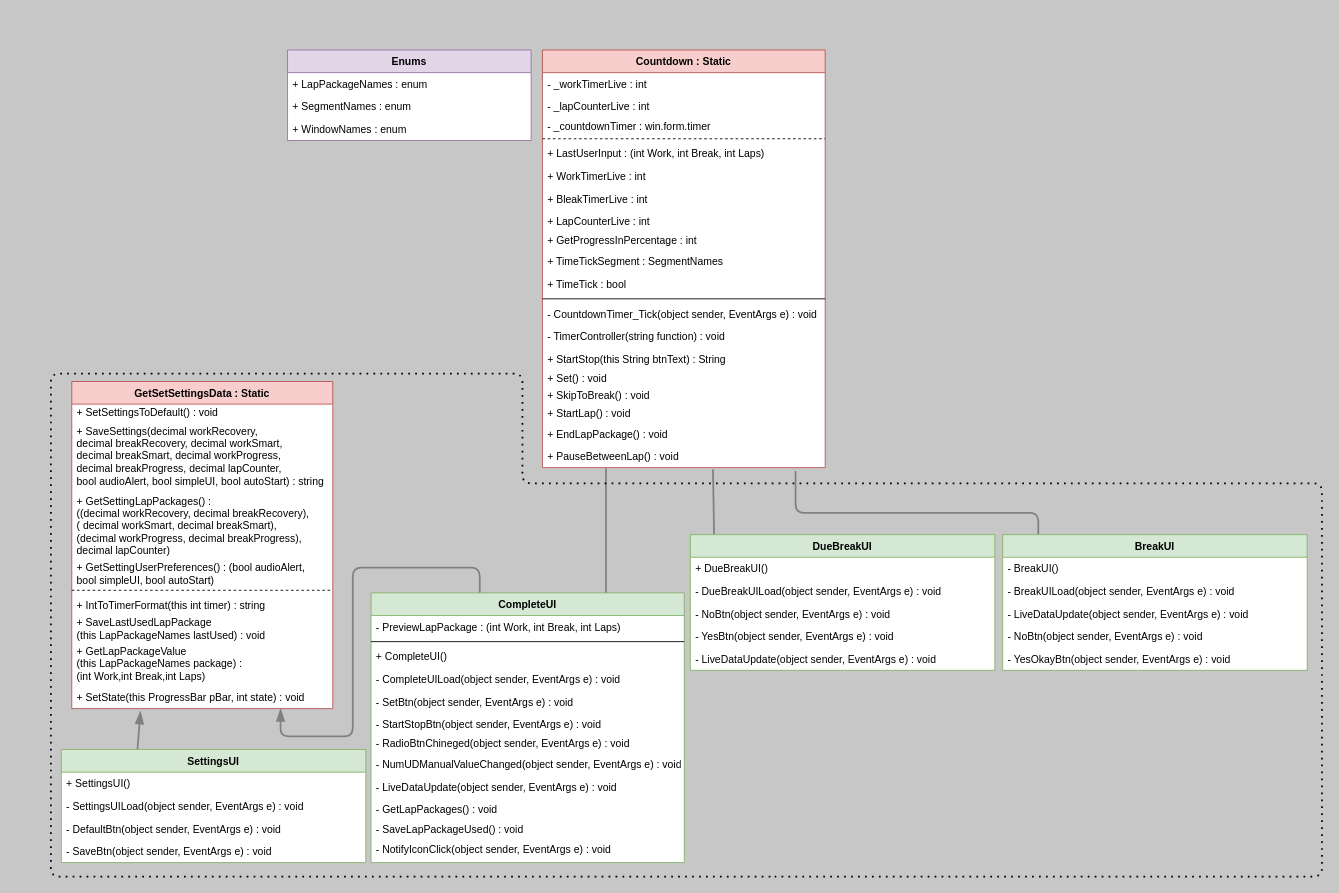
Above: Worker Ant class diagram.drawio in Saman-K/WorkerAntX (draw.io), before the change. Source tidied: cells renumbered, new cells numbered last; positions are measured from the earlier drawing's top-left corner, leaving out a move shared by most shapes. Both pictures are drawn from the tidied source at 87%, with x=0, y=0 at pixel (50, 50).
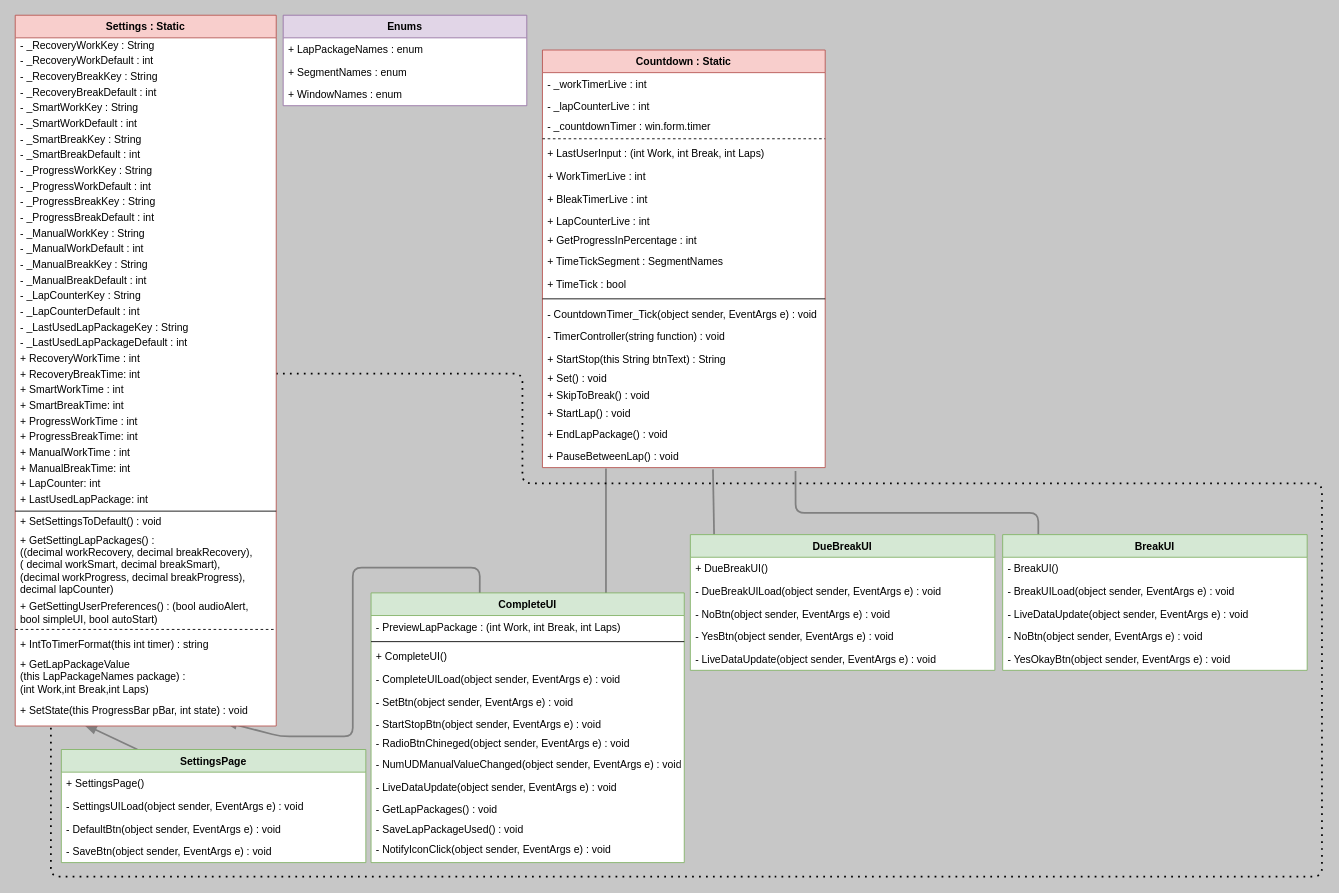
Above is the later version.

Change to the diagram source:
```diff
@@
+    <mxCell id="59" value="Settings : Static" style="swimlane;fontStyle=1;align=center;verticalAlign=top;horizontal=1;startSize=26;rounded=0;shadow=0;strokeWidth=1;fillColor=#f8cecc;strokeColor=#b85450;swimlaneFillColor=#ffffff;" parent="1" vertex="1">
+      <mxGeometry x="-41" y="-40" width="300" height="817" as="geometry" />
+    </mxCell>
+    <mxCell id="73" value="- _RecoveryWorkKey : String" style="text;html=1;align=left;verticalAlign=middle;spacingLeft=4;" parent="59" vertex="1">
+      <mxGeometry y="26" width="300" height="18" as="geometry" />
+    </mxCell>
+    <mxCell id="74" value="- _RecoveryWorkDefault : int" style="text;html=1;align=left;verticalAlign=middle;spacingLeft=4;" parent="59" vertex="1">
+      <mxGeometry y="44" width="300" height="18" as="geometry" />
+    </mxCell>
+    <mxCell id="75" value="- _RecoveryBreakKey : String" style="text;html=1;align=left;verticalAlign=middle;spacingLeft=4;" parent="59" vertex="1">
+      <mxGeometry y="62" width="300" height="18" as="geometry" />
+    </mxCell>
+    <mxCell id="76" value="- _RecoveryBreakDefault : int" style="text;html=1;align=left;verticalAlign=middle;spacingLeft=4;" parent="59" vertex="1">
+      <mxGeometry y="80" width="300" height="18" as="geometry" />
+    </mxCell>
+    <mxCell id="77" value="- _SmartWorkKey : String" style="text;html=1;align=left;verticalAlign=middle;spacingLeft=4;" parent="59" vertex="1">
+      <mxGeometry y="98" width="300" height="18" as="geometry" />
+    </mxCell>
+    <mxCell id="78" value="- _SmartWorkDefault : int" style="text;html=1;align=left;verticalAlign=middle;spacingLeft=4;" parent="59" vertex="1">
+      <mxGeometry y="116" width="300" height="18" as="geometry" />
+    </mxCell>
+    <mxCell id="79" value="- _SmartBreakKey : String" style="text;html=1;align=left;verticalAlign=middle;spacingLeft=4;" parent="59" vertex="1">
+      <mxGeometry y="134" width="300" height="18" as="geometry" />
+    </mxCell>
+    <mxCell id="80" value="- _SmartBreakDefault : int" style="text;html=1;align=left;verticalAlign=middle;spacingLeft=4;" parent="59" vertex="1">
+      <mxGeometry y="152" width="300" height="18" as="geometry" />
+    </mxCell>
+    <mxCell id="81" value="- _ProgressWorkKey : String" style="text;html=1;align=left;verticalAlign=middle;spacingLeft=4;" parent="59" vertex="1">
+      <mxGeometry y="170" width="300" height="18" as="geometry" />
+    </mxCell>
+    <mxCell id="82" value="- _ProgressWorkDefault : int" style="text;html=1;align=left;verticalAlign=middle;spacingLeft=4;" parent="59" vertex="1">
+      <mxGeometry y="188" width="300" height="18" as="geometry" />
+    </mxCell>
+    <mxCell id="83" value="- _ProgressBreakKey : String" style="text;html=1;align=left;verticalAlign=middle;spacingLeft=4;" parent="59" vertex="1">
+      <mxGeometry y="206" width="300" height="18" as="geometry" />
+    </mxCell>
+    <mxCell id="84" value="- _ProgressBreakDefault : int" style="text;html=1;align=left;verticalAlign=middle;spacingLeft=4;" parent="59" vertex="1">
+      <mxGeometry y="224" width="300" height="18" as="geometry" />
+    </mxCell>
+    <mxCell id="85" value="- _ManualWorkKey : String" style="text;html=1;align=left;verticalAlign=middle;spacingLeft=4;" parent="59" vertex="1">
+      <mxGeometry y="242" width="300" height="18" as="geometry" />
+    </mxCell>
+    <mxCell id="86" value="- _ManualWorkDefault : int" style="text;html=1;align=left;verticalAlign=middle;spacingLeft=4;" parent="59" vertex="1">
+      <mxGeometry y="260" width="300" height="18" as="geometry" />
+    </mxCell>
+    <mxCell id="87" value="- _ManualBreakKey : String" style="text;html=1;align=left;verticalAlign=middle;spacingLeft=4;" parent="59" vertex="1">
+      <mxGeometry y="278" width="300" height="18" as="geometry" />
+    </mxCell>
+    <mxCell id="88" value="- _ManualBreakDefault : int" style="text;html=1;align=left;verticalAlign=middle;spacingLeft=4;" parent="59" vertex="1">
+      <mxGeometry y="296" width="300" height="18" as="geometry" />
+    </mxCell>
+    <mxCell id="89" value="- _LapCounterKey : String" style="text;html=1;align=left;verticalAlign=middle;spacingLeft=4;" parent="59" vertex="1">
+      <mxGeometry y="314" width="300" height="18" as="geometry" />
+    </mxCell>
+    <mxCell id="90" value="- _LapCounterDefault : int" style="text;html=1;align=left;verticalAlign=middle;spacingLeft=4;" parent="59" vertex="1">
+      <mxGeometry y="332" width="300" height="18" as="geometry" />
+    </mxCell>
+    <mxCell id="91" value="- _LastUsedLapPackageKey : String" style="text;html=1;align=left;verticalAlign=middle;spacingLeft=4;" parent="59" vertex="1">
+      <mxGeometry y="350" width="300" height="18" as="geometry" />
+    </mxCell>
+    <mxCell id="92" value="- _LastUsedLapPackageDefault : int" style="text;html=1;align=left;verticalAlign=middle;spacingLeft=4;" parent="59" vertex="1">
+      <mxGeometry y="368" width="300" height="18" as="geometry" />
+    </mxCell>
+    <mxCell id="93" value="+&amp;nbsp;RecoveryWorkTime : int" style="text;html=1;align=left;verticalAlign=middle;spacingLeft=4;" parent="59" vertex="1">
+      <mxGeometry y="386" width="300" height="18" as="geometry" />
+    </mxCell>
+    <mxCell id="94" value="+&amp;nbsp;RecoveryBreakTime: int" style="text;html=1;align=left;verticalAlign=middle;spacingLeft=4;" parent="59" vertex="1">
+      <mxGeometry y="404" width="300" height="18" as="geometry" />
+    </mxCell>
+    <mxCell id="95" value="+&amp;nbsp;SmartWorkTime : int" style="text;html=1;align=left;verticalAlign=middle;spacingLeft=4;" parent="59" vertex="1">
+      <mxGeometry y="422" width="300" height="18" as="geometry" />
+    </mxCell>
+    <mxCell id="96" value="+&amp;nbsp;SmartBreakTime: int" style="text;html=1;align=left;verticalAlign=middle;spacingLeft=4;" parent="59" vertex="1">
+      <mxGeometry y="440" width="300" height="18" as="geometry" />
+    </mxCell>
+    <mxCell id="97" value="+&amp;nbsp;ProgressWorkTime : int" style="text;html=1;align=left;verticalAlign=middle;spacingLeft=4;" parent="59" vertex="1">
+      <mxGeometry y="458" width="300" height="18" as="geometry" />
+    </mxCell>
+    <mxCell id="98" value="+&amp;nbsp;ProgressBreakTime: int" style="text;html=1;align=left;verticalAlign=middle;spacingLeft=4;" parent="59" vertex="1">
+      <mxGeometry y="476" width="300" height="18" as="geometry" />
+    </mxCell>
+    <mxCell id="99" value="+&amp;nbsp;ManualWorkTime : int" style="text;html=1;align=left;verticalAlign=middle;spacingLeft=4;" parent="59" vertex="1">
+      <mxGeometry y="494" width="300" height="18" as="geometry" />
+    </mxCell>
+    <mxCell id="100" value="+&amp;nbsp;ManualBreakTime: int" style="text;html=1;align=left;verticalAlign=middle;spacingLeft=4;" parent="59" vertex="1">
+      <mxGeometry y="512" width="300" height="18" as="geometry" />
+    </mxCell>
+    <mxCell id="101" value="+&amp;nbsp;LapCounter: int" style="text;html=1;align=left;verticalAlign=middle;spacingLeft=4;" parent="59" vertex="1">
+      <mxGeometry y="530" width="300" height="18" as="geometry" />
+    </mxCell>
+    <mxCell id="102" value="+&amp;nbsp;LastUsedLapPackage: int" style="text;html=1;align=left;verticalAlign=middle;spacingLeft=4;" parent="59" vertex="1">
+      <mxGeometry y="548" width="300" height="18" as="geometry" />
+    </mxCell>
+    <mxCell id="103" style="line;strokeWidth=1;fillColor=none;align=left;verticalAlign=middle;spacingTop=-1;spacingLeft=3;spacingRight=3;labelPosition=right;" parent="59" vertex="1">
+      <mxGeometry y="566" width="300" height="8" as="geometry" />
+    </mxCell>
+    <mxCell id="60" value="+ SetSettingsToDefault() : void" style="text;html=1;align=left;verticalAlign=middle;spacingLeft=4;" parent="59" vertex="1">
+      <mxGeometry y="574" width="300" height="18" as="geometry" />
+    </mxCell>
+    <mxCell id="62" value="+ GetSettingLapPackages() : &lt;br&gt;((decimal workRecovery, decimal breakRecovery),&amp;nbsp;&lt;br&gt;( decimal workSmart, decimal breakSmart),&amp;nbsp;&lt;br&gt;(decimal workProgress, decimal breakProgress),&amp;nbsp;&lt;br&gt;decimal lapCounter)" style="text;html=1;align=left;verticalAlign=middle;spacingLeft=4;" parent="59" vertex="1">
+      <mxGeometry y="592" width="300" height="80" as="geometry" />
+    </mxCell>
+    <mxCell id="63" value="+ GetSettingUserPreferences() : (bool audioAlert, &lt;br&gt;bool simpleUI, bool autoStart)" style="text;html=1;align=left;verticalAlign=middle;spacingLeft=4;" parent="59" vertex="1">
+      <mxGeometry y="672" width="300" height="30" as="geometry" />
+    </mxCell>
+    <mxCell id="64" style="line;strokeWidth=1;fillColor=none;align=left;verticalAlign=middle;spacingTop=-1;spacingLeft=3;spacingRight=3;labelPosition=right;dashed=1;" parent="59" vertex="1">
+      <mxGeometry y="702" width="300" height="8" as="geometry" />
+    </mxCell>
+    <mxCell id="65" value="+ IntToTimerFormat(this int timer) : string" style="text;strokeColor=none;fillColor=none;align=left;verticalAlign=top;spacingLeft=4;spacingRight=4;overflow=hidden;" parent="59" vertex="1">
+      <mxGeometry y="710" width="300" height="26" as="geometry" />
+    </mxCell>
+    <mxCell id="67" value="+ GetLapPackageValue&lt;br&gt;(this LapPackageNames package) :&amp;nbsp;&lt;br&gt;(int Work,int Break,int Laps)" style="text;html=1;align=left;verticalAlign=middle;spacingLeft=4;" parent="59" vertex="1">
+      <mxGeometry y="736" width="300" height="50" as="geometry" />
+    </mxCell>
+    <mxCell id="68" value="+ SetState(this ProgressBar pBar, int state) : void" style="text;strokeColor=none;fillColor=none;align=left;verticalAlign=top;spacingLeft=4;spacingRight=4;overflow=hidden;points=[[0,0.5],[1,0.5]];portConstraint=eastwest;" parent="59" vertex="1">
+      <mxGeometry y="786" width="300" height="26" as="geometry" />
+    </mxCell>
+    <mxCell id="69" value="Enums" style="swimlane;fontStyle=1;align=center;verticalAlign=top;horizontal=1;startSize=26;fillColor=#e1d5e7;strokeColor=#9673a6;swimlaneFillColor=#ffffff;" parent="1" vertex="1">
+      <mxGeometry x="267" y="-40" width="280" height="104" as="geometry" />
+    </mxCell>
+    <mxCell id="70" value="+ LapPackageNames : enum" style="text;strokeColor=none;fillColor=none;align=left;verticalAlign=top;spacingLeft=4;spacingRight=4;overflow=hidden;" parent="69" vertex="1">
+      <mxGeometry y="26" width="280" height="26" as="geometry" />
+    </mxCell>
+    <mxCell id="71" value="+ SegmentNames : enum" style="text;strokeColor=none;fillColor=none;align=left;verticalAlign=top;spacingLeft=4;spacingRight=4;overflow=hidden;" parent="69" vertex="1">
+      <mxGeometry y="52" width="280" height="26" as="geometry" />
+    </mxCell>
+    <mxCell id="72" value="+ WindowNames : enum" style="text;strokeColor=none;fillColor=none;align=left;verticalAlign=top;spacingLeft=4;spacingRight=4;overflow=hidden;" parent="69" vertex="1">
+      <mxGeometry y="78" width="280" height="26" as="geometry" />
+    </mxCell>
-    <mxCell id="41" value="SettingsUI" style="swimlane;fontStyle=1;align=center;verticalAlign=top;horizontal=1;startSize=26;fillColor=#d5e8d4;strokeColor=#82b366;swimlaneFillColor=#ffffff;" parent="1" vertex="1">
+    <mxCell id="41" value="SettingsPage" style="swimlane;fontStyle=1;align=center;verticalAlign=top;horizontal=1;startSize=26;fillColor=#d5e8d4;strokeColor=#82b366;swimlaneFillColor=#ffffff;" parent="1" vertex="1">
       <mxGeometry x="12" y="804" width="350" height="130" as="geometry" />
     </mxCell>
-    <mxCell id="42" value="+ SettingsUI()" style="text;strokeColor=none;fillColor=none;align=left;verticalAlign=top;spacingLeft=4;spacingRight=4;overflow=hidden;" parent="41" vertex="1">
+    <mxCell id="42" value="+ SettingsPage()" style="text;strokeColor=none;fillColor=none;align=left;verticalAlign=top;spacingLeft=4;spacingRight=4;overflow=hidden;" parent="41" vertex="1">
       <mxGeometry y="26" width="350" height="26" as="geometry" />
     </mxCell>
@@
-    <mxCell id="59" value="GetSetSettingsData : Static" style="swimlane;fontStyle=1;align=center;verticalAlign=top;horizontal=1;startSize=26;rounded=0;shadow=0;strokeWidth=1;fillColor=#f8cecc;strokeColor=#b85450;swimlaneFillColor=#ffffff;" parent="1" vertex="1">
-      <mxGeometry x="24" y="381" width="300" height="376" as="geometry" />
-    </mxCell>
-    <mxCell id="60" value="+ SetSettingsToDefault() : void" style="text;html=1;align=left;verticalAlign=middle;spacingLeft=4;" parent="59" vertex="1">
-      <mxGeometry y="26" width="300" height="20" as="geometry" />
-    </mxCell>
-    <mxCell id="61" value="+ SaveSettings&lt;span&gt;(decimal workRecovery,&amp;nbsp;&lt;br&gt;decimal breakRecovery, decimal workSmart, &lt;br&gt;decimal breakSmart, decimal workProgress,&lt;br&gt;&lt;/span&gt;&lt;span&gt;decimal breakProgress, decimal lapCounter,&amp;nbsp;&lt;br&gt;bool audioAlert,&amp;nbsp;&lt;/span&gt;&lt;span&gt;bool simpleUI, bool autoStart) : string&lt;/span&gt;&lt;span&gt;&lt;br&gt;&lt;/span&gt;" style="text;html=1;align=left;verticalAlign=middle;spacingLeft=4;" parent="59" vertex="1">
-      <mxGeometry y="46" width="300" height="80" as="geometry" />
-    </mxCell>
-    <mxCell id="62" value="+ GetSettingLapPackages() : &lt;br&gt;((decimal workRecovery, decimal breakRecovery),&amp;nbsp;&lt;br&gt;( decimal workSmart, decimal breakSmart),&amp;nbsp;&lt;br&gt;(decimal workProgress, decimal breakProgress),&amp;nbsp;&lt;br&gt;decimal lapCounter)" style="text;html=1;align=left;verticalAlign=middle;spacingLeft=4;" parent="59" vertex="1">
-      <mxGeometry y="126" width="300" height="80" as="geometry" />
-    </mxCell>
-    <mxCell id="63" value="+ GetSettingUserPreferences() : (bool audioAlert, &lt;br&gt;bool simpleUI, bool autoStart)" style="text;html=1;align=left;verticalAlign=middle;spacingLeft=4;" parent="59" vertex="1">
-      <mxGeometry y="206" width="300" height="30" as="geometry" />
-    </mxCell>
-    <mxCell id="64" style="line;strokeWidth=1;fillColor=none;align=left;verticalAlign=middle;spacingTop=-1;spacingLeft=3;spacingRight=3;labelPosition=right;dashed=1;" parent="59" vertex="1">
-      <mxGeometry y="236" width="300" height="8" as="geometry" />
-    </mxCell>
-    <mxCell id="65" value="+ IntToTimerFormat(this int timer) : string" style="text;strokeColor=none;fillColor=none;align=left;verticalAlign=top;spacingLeft=4;spacingRight=4;overflow=hidden;" parent="59" vertex="1">
-      <mxGeometry y="244" width="300" height="26" as="geometry" />
-    </mxCell>
-    <mxCell id="66" value="+ SaveLastUsedLapPackage&lt;br&gt;(this LapPackageNames lastUsed) : void" style="text;html=1;align=left;verticalAlign=middle;spacingLeft=4;" parent="59" vertex="1">
-      <mxGeometry y="270" width="300" height="30" as="geometry" />
-    </mxCell>
-    <mxCell id="67" value="+ GetLapPackageValue&lt;br&gt;(this LapPackageNames package) :&amp;nbsp;&lt;br&gt;(int Work,int Break,int Laps)" style="text;html=1;align=left;verticalAlign=middle;spacingLeft=4;" parent="59" vertex="1">
-      <mxGeometry y="300" width="300" height="50" as="geometry" />
-    </mxCell>
-    <mxCell id="68" value="+ SetState(this ProgressBar pBar, int state) : void" style="text;strokeColor=none;fillColor=none;align=left;verticalAlign=top;spacingLeft=4;spacingRight=4;overflow=hidden;points=[[0,0.5],[1,0.5]];portConstraint=eastwest;" parent="59" vertex="1">
-      <mxGeometry y="350" width="300" height="26" as="geometry" />
-    </mxCell>
-    <mxCell id="69" value="Enums" style="swimlane;fontStyle=1;align=center;verticalAlign=top;horizontal=1;startSize=26;fillColor=#e1d5e7;strokeColor=#9673a6;swimlaneFillColor=#ffffff;" parent="1" vertex="1">
-      <mxGeometry x="272" width="280" height="104" as="geometry" />
-    </mxCell>
-    <mxCell id="70" value="+ LapPackageNames : enum" style="text;strokeColor=none;fillColor=none;align=left;verticalAlign=top;spacingLeft=4;spacingRight=4;overflow=hidden;" parent="69" vertex="1">
-      <mxGeometry y="26" width="280" height="26" as="geometry" />
-    </mxCell>
-    <mxCell id="71" value="+ SegmentNames : enum" style="text;strokeColor=none;fillColor=none;align=left;verticalAlign=top;spacingLeft=4;spacingRight=4;overflow=hidden;" parent="69" vertex="1">
-      <mxGeometry y="52" width="280" height="26" as="geometry" />
-    </mxCell>
-    <mxCell id="72" value="+ WindowNames : enum" style="text;strokeColor=none;fillColor=none;align=left;verticalAlign=top;spacingLeft=4;spacingRight=4;overflow=hidden;" parent="69" vertex="1">
-      <mxGeometry y="78" width="280" height="26" as="geometry" />
-    </mxCell>
```
